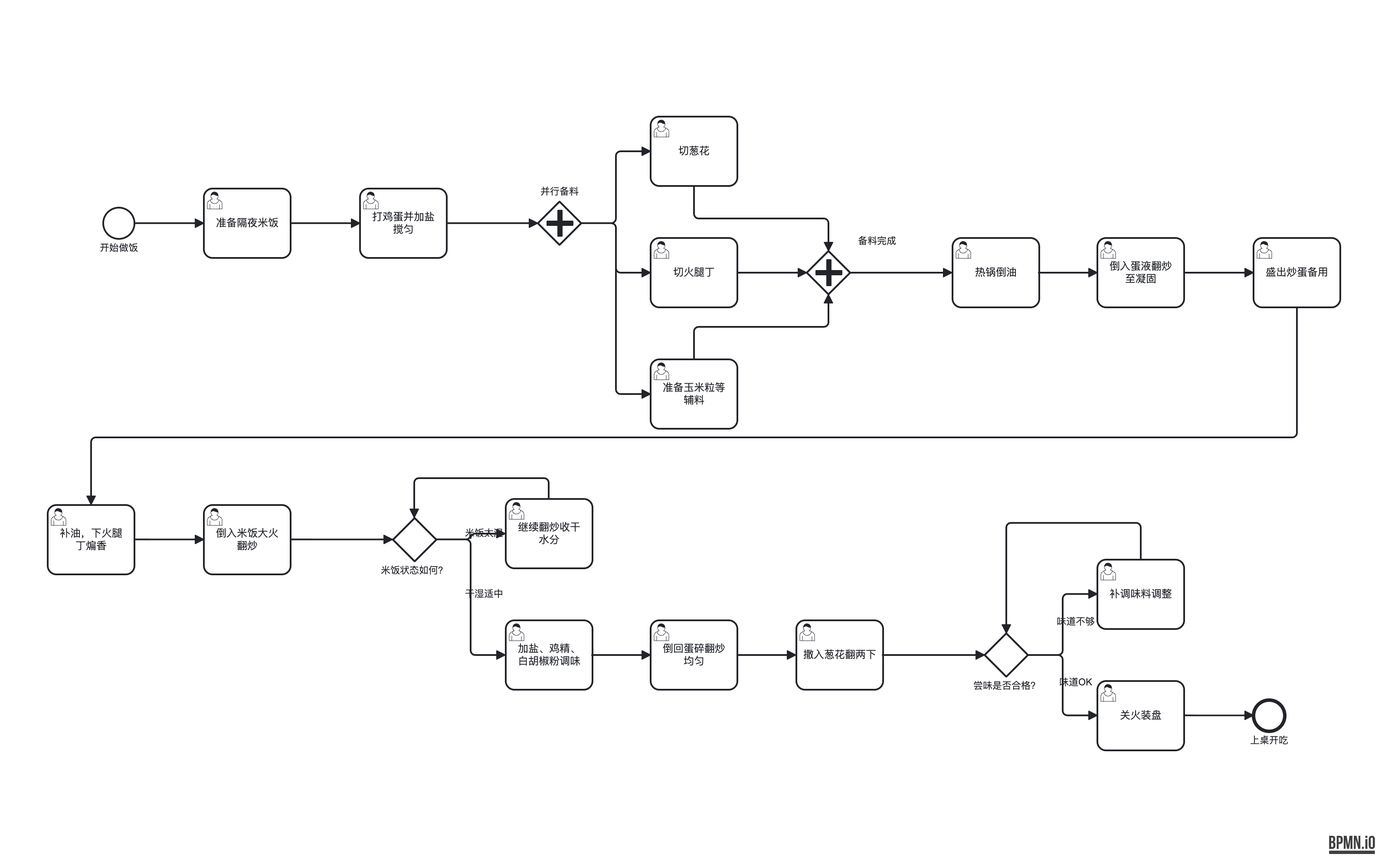
The BPMN diagram out-bpmn-png/38-egg-fried-rice-loop-height.png in LcpMarvel/tramito-layout, before a commit. Its source is kept beside it as out-xml/38-egg-fried-rice-loop-height.bpmn. Ids are renumbered.
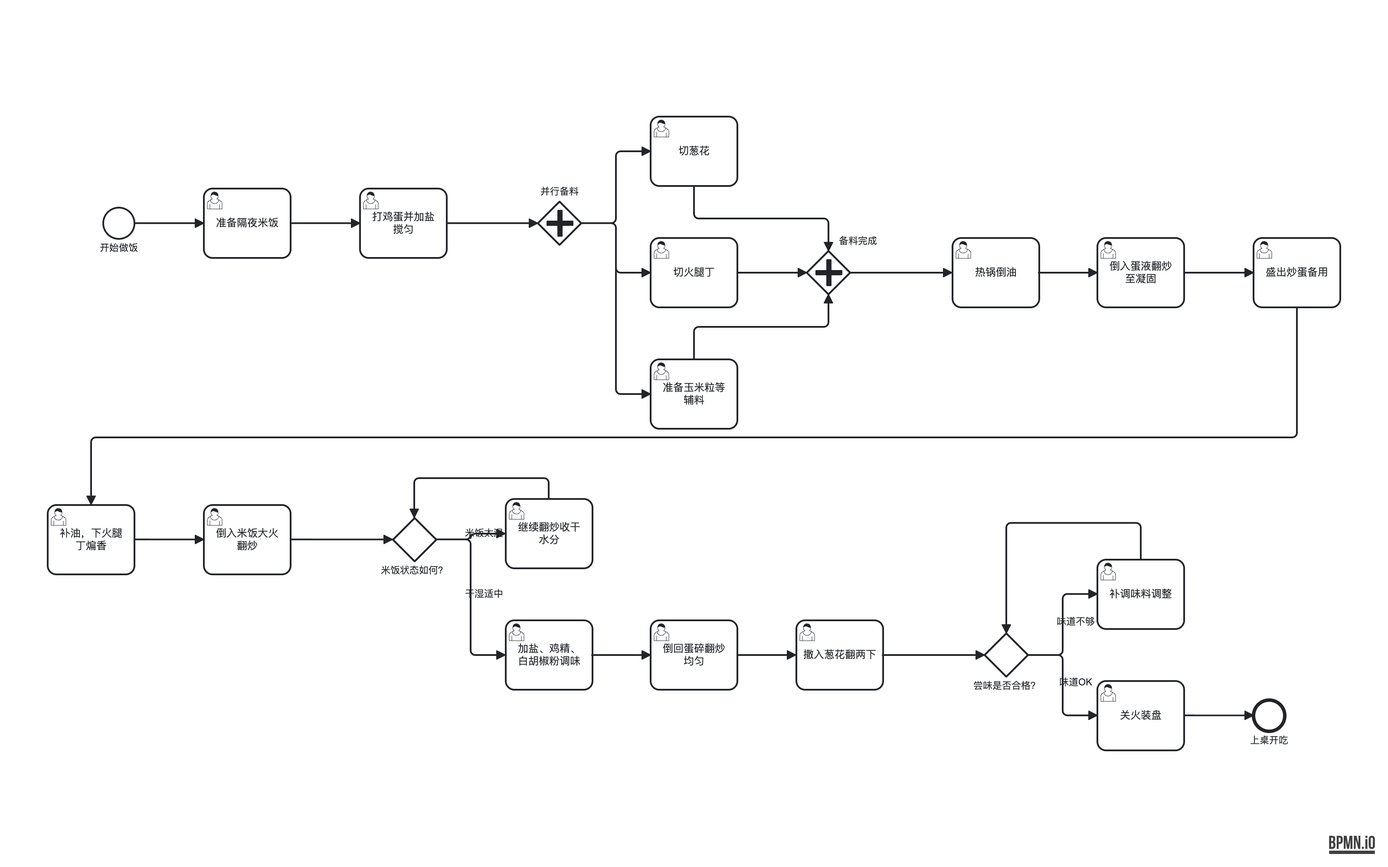
After the change.

The edit, as a diff of the source:
```diff
@@ -144,7 +144,7 @@
       <bpmndi:BPMNShape id="gateway_6_di" bpmnElement="gateway_6">
         <dc:Bounds x="737" y="129.91666666666669" width="50" height="50" />
         <bpmndi:BPMNLabel>
-          <dc:Bounds x="712" y="111.91666666666669" width="100" height="14" />
+          <dc:Bounds x="734" y="111.91666666666669" width="56" height="14" />
         </bpmndi:BPMNLabel>
       </bpmndi:BPMNShape>
       <bpmndi:BPMNShape id="task_7_di" bpmnElement="task_7">
@@ -159,7 +159,7 @@
       <bpmndi:BPMNShape id="gateway_10_di" bpmnElement="gateway_10">
         <dc:Bounds x="1047" y="187" width="50" height="50" />
         <bpmndi:BPMNLabel>
-          <dc:Bounds x="1078" y="169" width="100" height="14" />
+          <dc:Bounds x="1078" y="169" width="56" height="14" />
         </bpmndi:BPMNLabel>
       </bpmndi:BPMNShape>
       <bpmndi:BPMNShape id="task_11_di" bpmnElement="task_11">
@@ -180,7 +180,7 @@
       <bpmndi:BPMNShape id="gateway_16_di" bpmnElement="gateway_16">
         <dc:Bounds x="569.5" y="494.66666666666663" width="50" height="50" />
         <bpmndi:BPMNLabel>
-          <dc:Bounds x="544.5" y="548.6666666666666" width="100" height="14" />
+          <dc:Bounds x="545.5" y="548.6666666666666" width="98" height="14" />
         </bpmndi:BPMNLabel>
       </bpmndi:BPMNShape>
       <bpmndi:BPMNShape id="task_17_di" bpmnElement="task_17">
@@ -198,7 +198,7 @@
       <bpmndi:BPMNShape id="gateway_21_di" bpmnElement="gateway_21">
         <dc:Bounds x="1252" y="628" width="50" height="50" />
         <bpmndi:BPMNLabel>
-          <dc:Bounds x="1227" y="682" width="100" height="14" />
+          <dc:Bounds x="1228" y="682" width="98" height="14" />
         </bpmndi:BPMNLabel>
       </bpmndi:BPMNShape>
       <bpmndi:BPMNShape id="task_22_di" bpmnElement="task_22">
```
